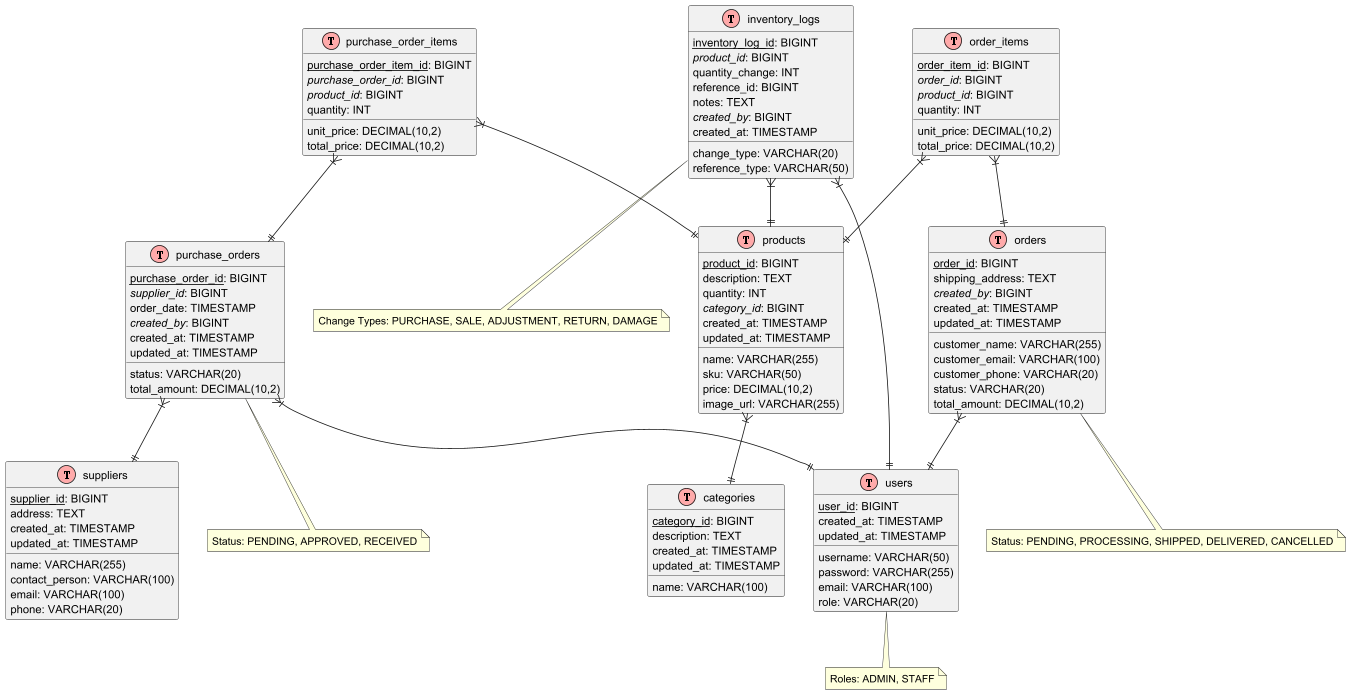
enagbeme/qm_inventory keeps this PlantUML diagram as docs/QM_Inventory_System___Database_Schema.png. Above is the earlier version.
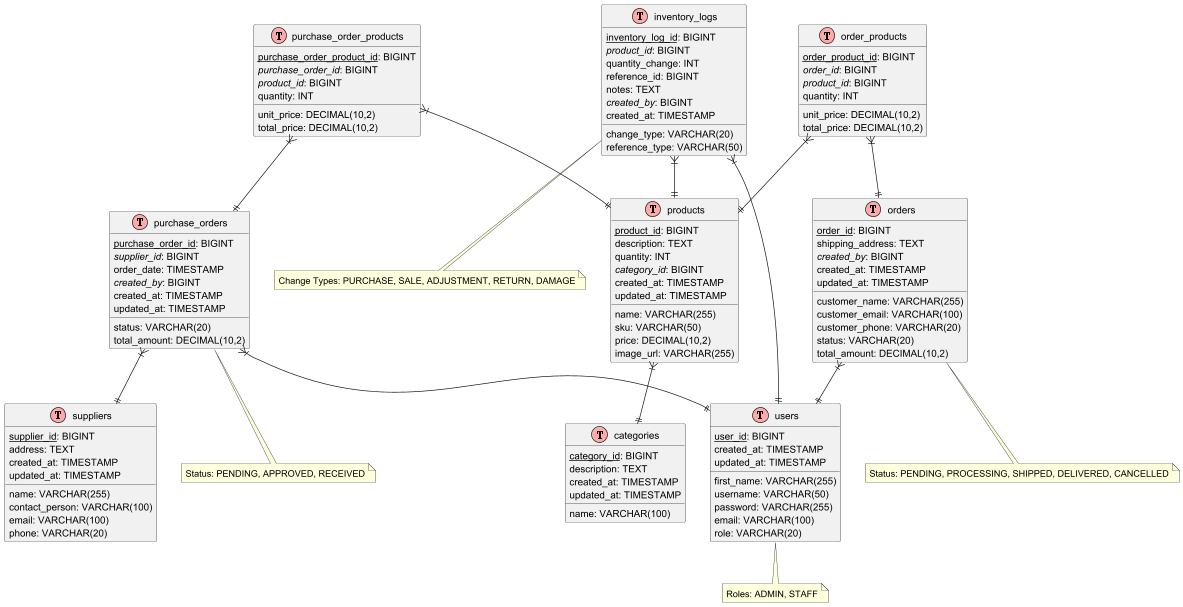
After the commit.

The edit, as a diff of the source:
```diff
@@ -6,6 +6,7 @@
 
 table(users) {
   primary_key(user_id): BIGINT
+  first_name: VARCHAR(255)
   username: VARCHAR(50)
   password: VARCHAR(255)
   email: VARCHAR(100)
@@ -57,8 +58,8 @@
   updated_at: TIMESTAMP
 }
 
-table(purchase_order_items) {
-  primary_key(purchase_order_item_id): BIGINT
+table(purchase_order_products) {
+  primary_key(purchase_order_product_id): BIGINT
   foreign_key(purchase_order_id): BIGINT
   foreign_key(product_id): BIGINT
   quantity: INT
@@ -91,8 +92,8 @@
   updated_at: TIMESTAMP
 }
 
-table(order_items) {
-  primary_key(order_item_id): BIGINT
+table(order_products) {
+  primary_key(order_product_id): BIGINT
   foreign_key(order_id): BIGINT
   foreign_key(product_id): BIGINT
   quantity: INT
@@ -103,13 +104,13 @@
 products }|--|| categories
 purchase_orders }|--|| suppliers
 purchase_orders }|--|| users
-purchase_order_items }|--|| purchase_orders
-purchase_order_items }|--|| products
+purchase_order_products }|--|| purchase_orders
+purchase_order_products }|--|| products
 inventory_logs }|--|| products
 inventory_logs }|--|| users
 orders }|--|| users
-order_items }|--|| orders
-order_items }|--|| products
+order_products }|--|| orders
+order_products }|--|| products
 
 note bottom of users
   Roles: ADMIN, STAFF
```
